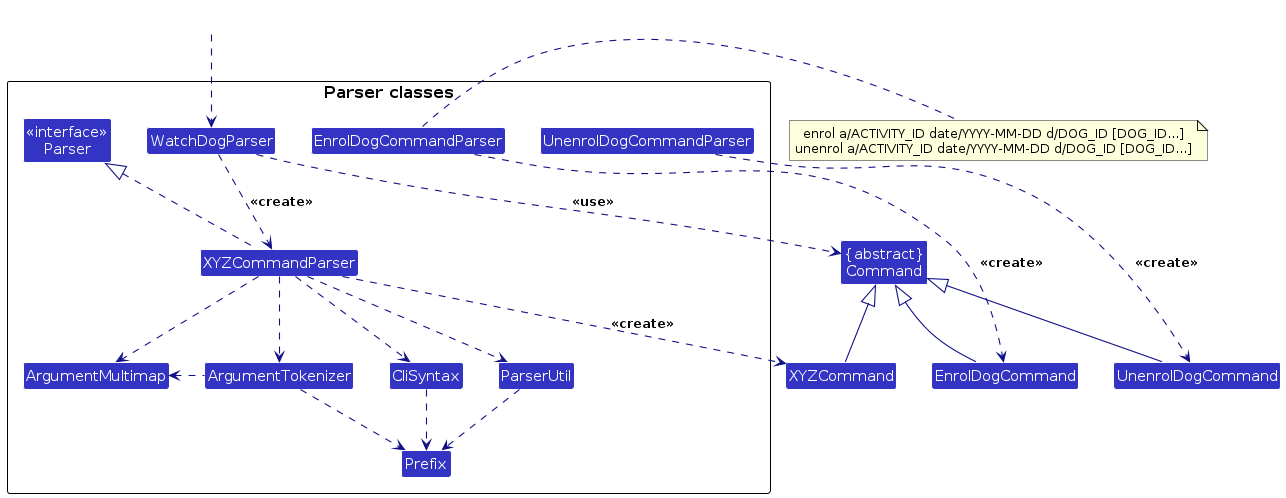
AY2627S1-CS2103T-T15-4/tp keeps this PlantUML diagram as diagrams/ParserClasses.png. Above is the earlier version. Its source is kept beside it as diagrams/ParserClasses.puml.
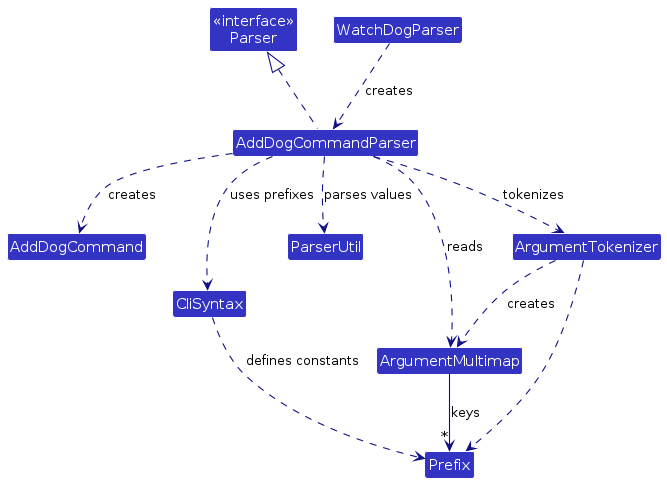
The same file after the commit.

The edit, as a diff of the source:
```diff
@@ -4,45 +4,26 @@
 skinparam arrowColor LOGIC_COLOR_T4
 skinparam classBackgroundColor LOGIC_COLOR
 
-Class "{abstract}\nCommand" as Command
-Class XYZCommand
+class WatchDogParser
+class "<<interface>>\nParser" as Parser
+class AddDogCommandParser
+class AddDogCommand
+class CliSyntax
+class ParserUtil
+class ArgumentMultimap
+class ArgumentTokenizer
+class Prefix
 
-package "Parser classes"{
-Class "<<interface>>\nParser" as Parser
-Class WatchDogParser
-Class XYZCommandParser
-Class EnrolDogCommandParser
-Class UnenrolDogCommandParser
-Class CliSyntax
-Class ParserUtil
-Class ArgumentMultimap
-Class ArgumentTokenizer
-Class Prefix
-}
+WatchDogParser ..> AddDogCommandParser : creates
+AddDogCommandParser .up.|> Parser
+AddDogCommandParser ..> AddDogCommand : creates
+AddDogCommandParser ..> ArgumentTokenizer : tokenizes
+AddDogCommandParser ..> ArgumentMultimap : reads
+AddDogCommandParser ..> CliSyntax : uses prefixes
+AddDogCommandParser ..> ParserUtil : parses values
+ArgumentTokenizer ..> ArgumentMultimap : creates
+ArgumentTokenizer ..> Prefix
+ArgumentMultimap --> "*" Prefix : keys
+CliSyntax ..> Prefix : defines constants
 
-Class HiddenOutside #FFFFFF
-HiddenOutside ..> WatchDogParser
-
-WatchDogParser .down.> XYZCommandParser: <<create>>
-
-XYZCommandParser ..> XYZCommand : <<create>>
-EnrolDogCommandParser ..> EnrolDogCommand : <<create>>
-UnenrolDogCommandParser ..> UnenrolDogCommand : <<create>>
-WatchDogParser ..> Command : <<use>>
-XYZCommandParser .up.|> Parser
-XYZCommandParser ..> ArgumentMultimap
-XYZCommandParser ..> ArgumentTokenizer
-ArgumentTokenizer .left.> ArgumentMultimap
-XYZCommandParser ..> CliSyntax
-CliSyntax ..> Prefix
-XYZCommandParser ..> ParserUtil
-ParserUtil .down.> Prefix
-ArgumentTokenizer .down.> Prefix
-XYZCommand -up-|> Command
-EnrolDogCommand -up-|> Command
-UnenrolDogCommand -up-|> Command
-note right of EnrolDogCommandParser
-  enrol a/ACTIVITY_ID date/YYYY-MM-DD d/DOG_ID [DOG_ID...]
-  unenrol a/ACTIVITY_ID date/YYYY-MM-DD d/DOG_ID [DOG_ID...]
-end note
 @enduml
```
